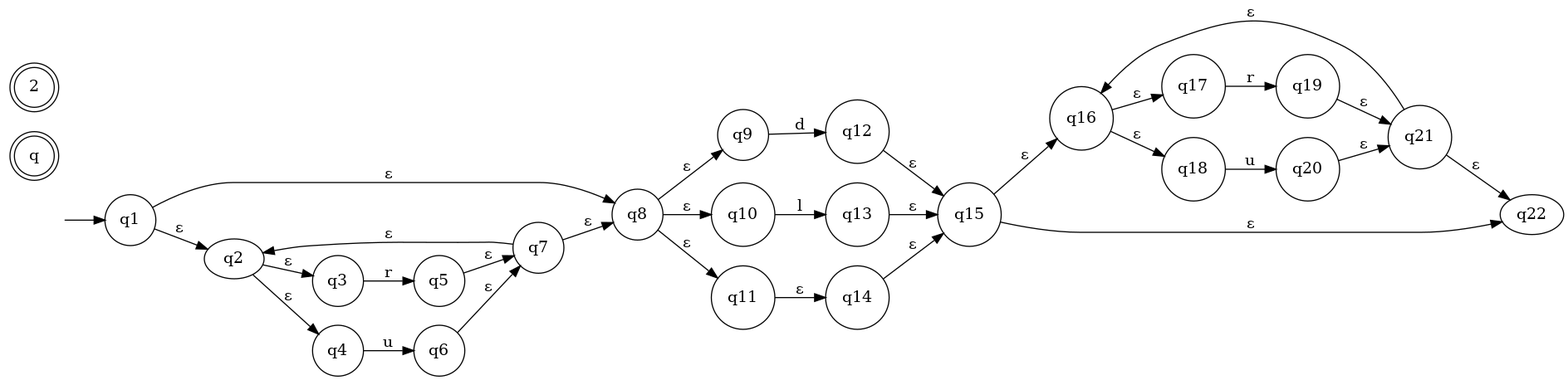
Earlier version of the Graphviz export waterexpect.gv.png (itsmeavi/POLmc). Its source is kept beside it as waterexpect.gv. Source of this version:
```dot
digraph waterexpect {
	graph [rankdir=LR]
	"" [label="" shape=plaintext]
	q [label=q shape=doublecircle]
	2 [label=2 shape=doublecircle]
	2 [label=2 shape=doublecircle]
	q9 [label=q9 shape=circle]
	q15 [label=q15 shape=circle]
	q20 [label=q20 shape=circle]
	q10 [label=q10 shape=circle]
	q6 [label=q6 shape=circle]
	q21 [label=q21 shape=circle]
	q3 [label=q3 shape=circle]
	q11 [label=q11 shape=circle]
	q17 [label=q17 shape=circle]
	q18 [label=q18 shape=circle]
	q12 [label=q12 shape=circle]
	q8 [label=q8 shape=circle]
	q1 [label=q1 shape=circle]
	q4 [label=q4 shape=circle]
	q13 [label=q13 shape=circle]
	q14 [label=q14 shape=circle]
	q7 [label=q7 shape=circle]
	q16 [label=q16 shape=circle]
	q5 [label=q5 shape=circle]
	q19 [label=q19 shape=circle]
	"" -> q1 [label=""]
	q1 -> q2 [label="ε"]
	q1 -> q8 [label="ε"]
	q2 -> q3 [label="ε"]
	q2 -> q4 [label="ε"]
	q3 -> q5 [label=r]
	q4 -> q6 [label=u]
	q5 -> q7 [label="ε"]
	q6 -> q7 [label="ε"]
	q7 -> q2 [label="ε"]
	q7 -> q8 [label="ε"]
	q8 -> q11 [label="ε"]
	q8 -> q9 [label="ε"]
	q8 -> q10 [label="ε"]
	q9 -> q12 [label=d]
	q10 -> q13 [label=l]
	q11 -> q14 [label="ε"]
	q12 -> q15 [label="ε"]
	q13 -> q15 [label="ε"]
	q14 -> q15 [label="ε"]
	q15 -> q22 [label="ε"]
	q15 -> q16 [label="ε"]
	q16 -> q17 [label="ε"]
	q16 -> q18 [label="ε"]
	q17 -> q19 [label=r]
	q18 -> q20 [label=u]
	q19 -> q21 [label="ε"]
	q20 -> q21 [label="ε"]
	q21 -> q22 [label="ε"]
	q21 -> q16 [label="ε"]
}
```
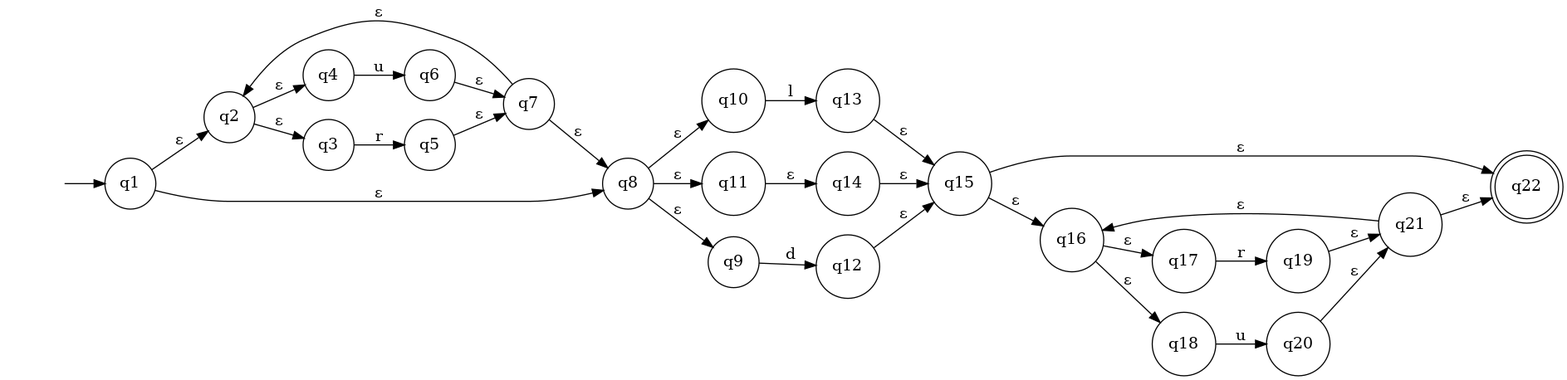
Above is the later version.

The edit, as a diff of the source:
```diff
@@ -1,29 +1,28 @@
 digraph waterexpect {
 	graph [rankdir=LR]
 	"" [label="" shape=plaintext]
-	q [label=q shape=doublecircle]
-	2 [label=2 shape=doublecircle]
-	2 [label=2 shape=doublecircle]
+	q22 [label=q22 shape=doublecircle]
+	q17 [label=q17 shape=circle]
+	q19 [label=q19 shape=circle]
+	q4 [label=q4 shape=circle]
+	q5 [label=q5 shape=circle]
+	q6 [label=q6 shape=circle]
+	q10 [label=q10 shape=circle]
+	q11 [label=q11 shape=circle]
+	q1 [label=q1 shape=circle]
+	q15 [label=q15 shape=circle]
+	q21 [label=q21 shape=circle]
+	q20 [label=q20 shape=circle]
+	q16 [label=q16 shape=circle]
+	q18 [label=q18 shape=circle]
+	q13 [label=q13 shape=circle]
+	q7 [label=q7 shape=circle]
+	q2 [label=q2 shape=circle]
+	q3 [label=q3 shape=circle]
 	q9 [label=q9 shape=circle]
-	q15 [label=q15 shape=circle]
-	q20 [label=q20 shape=circle]
-	q10 [label=q10 shape=circle]
-	q6 [label=q6 shape=circle]
-	q21 [label=q21 shape=circle]
-	q3 [label=q3 shape=circle]
-	q11 [label=q11 shape=circle]
-	q17 [label=q17 shape=circle]
-	q18 [label=q18 shape=circle]
 	q12 [label=q12 shape=circle]
+	q14 [label=q14 shape=circle]
 	q8 [label=q8 shape=circle]
-	q1 [label=q1 shape=circle]
-	q4 [label=q4 shape=circle]
-	q13 [label=q13 shape=circle]
-	q14 [label=q14 shape=circle]
-	q7 [label=q7 shape=circle]
-	q16 [label=q16 shape=circle]
-	q5 [label=q5 shape=circle]
-	q19 [label=q19 shape=circle]
 	"" -> q1 [label=""]
 	q1 -> q2 [label="ε"]
 	q1 -> q8 [label="ε"]
@@ -35,8 +34,8 @@
 	q6 -> q7 [label="ε"]
 	q7 -> q2 [label="ε"]
 	q7 -> q8 [label="ε"]
+	q8 -> q9 [label="ε"]
 	q8 -> q11 [label="ε"]
-	q8 -> q9 [label="ε"]
 	q8 -> q10 [label="ε"]
 	q9 -> q12 [label=d]
 	q10 -> q13 [label=l]
```
